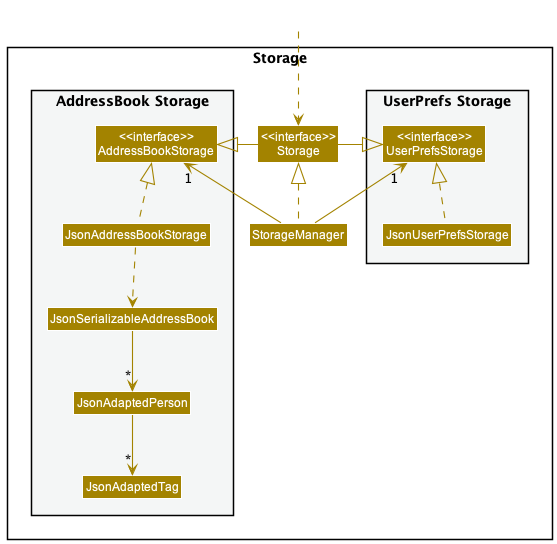
This is docs/images/StorageClassDiagram.png from nus-cs2103-AY2223S2/tp, a PlantUML export, as it was before one commit.
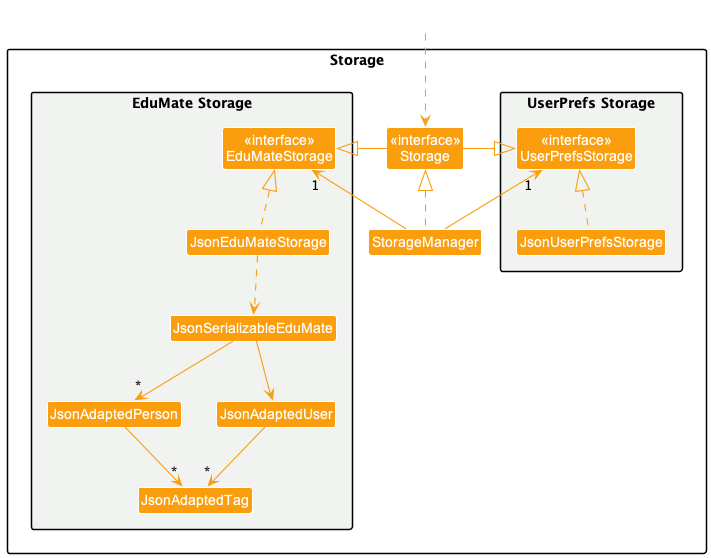
The same file after the commit.

Change to the diagram source:
```diff
@@ -4,9 +4,9 @@
 skinparam arrowColor STORAGE_COLOR
 skinparam classBackgroundColor STORAGE_COLOR
 
-package Storage{
+package Storage {
 
-package "UserPrefs Storage" #F4F6F6{
+package "UserPrefs Storage" MAIN_COLOR_BACKGROUND {
 Class "<<interface>>\nUserPrefsStorage" as UserPrefsStorage
 Class JsonUserPrefsStorage
 }
@@ -14,11 +14,12 @@
 Class "<<interface>>\nStorage" as Storage
 Class StorageManager
 
-package "AddressBook Storage" #F4F6F6{
-Class "<<interface>>\nAddressBookStorage" as AddressBookStorage
-Class JsonAddressBookStorage
-Class JsonSerializableAddressBook
+package "EduMate Storage" MAIN_COLOR_BACKGROUND {
+Class "<<interface>>\nEduMateStorage" as EduMateStorage
+Class JsonEduMateStorage
+Class JsonSerializableEduMate
 Class JsonAdaptedPerson
+Class JsonAdaptedUser
 Class JsonAdaptedTag
 }
 
@@ -29,15 +30,17 @@
 
 StorageManager .up.|> Storage
 StorageManager -up-> "1" UserPrefsStorage
-StorageManager -up-> "1" AddressBookStorage
+StorageManager -up-> "1" EduMateStorage
 
 Storage -left-|> UserPrefsStorage
-Storage -right-|> AddressBookStorage
+Storage -right-|> EduMateStorage
 
 JsonUserPrefsStorage .up.|> UserPrefsStorage
-JsonAddressBookStorage .up.|> AddressBookStorage
-JsonAddressBookStorage ..> JsonSerializableAddressBook
-JsonSerializableAddressBook --> "*" JsonAdaptedPerson
+JsonEduMateStorage .up.|> EduMateStorage
+JsonEduMateStorage ..> JsonSerializableEduMate
+JsonSerializableEduMate --> "*" JsonAdaptedPerson
+JsonSerializableEduMate --> JsonAdaptedUser
 JsonAdaptedPerson --> "*" JsonAdaptedTag
+JsonAdaptedUser --> "*" JsonAdaptedTag
 
 @enduml
```
